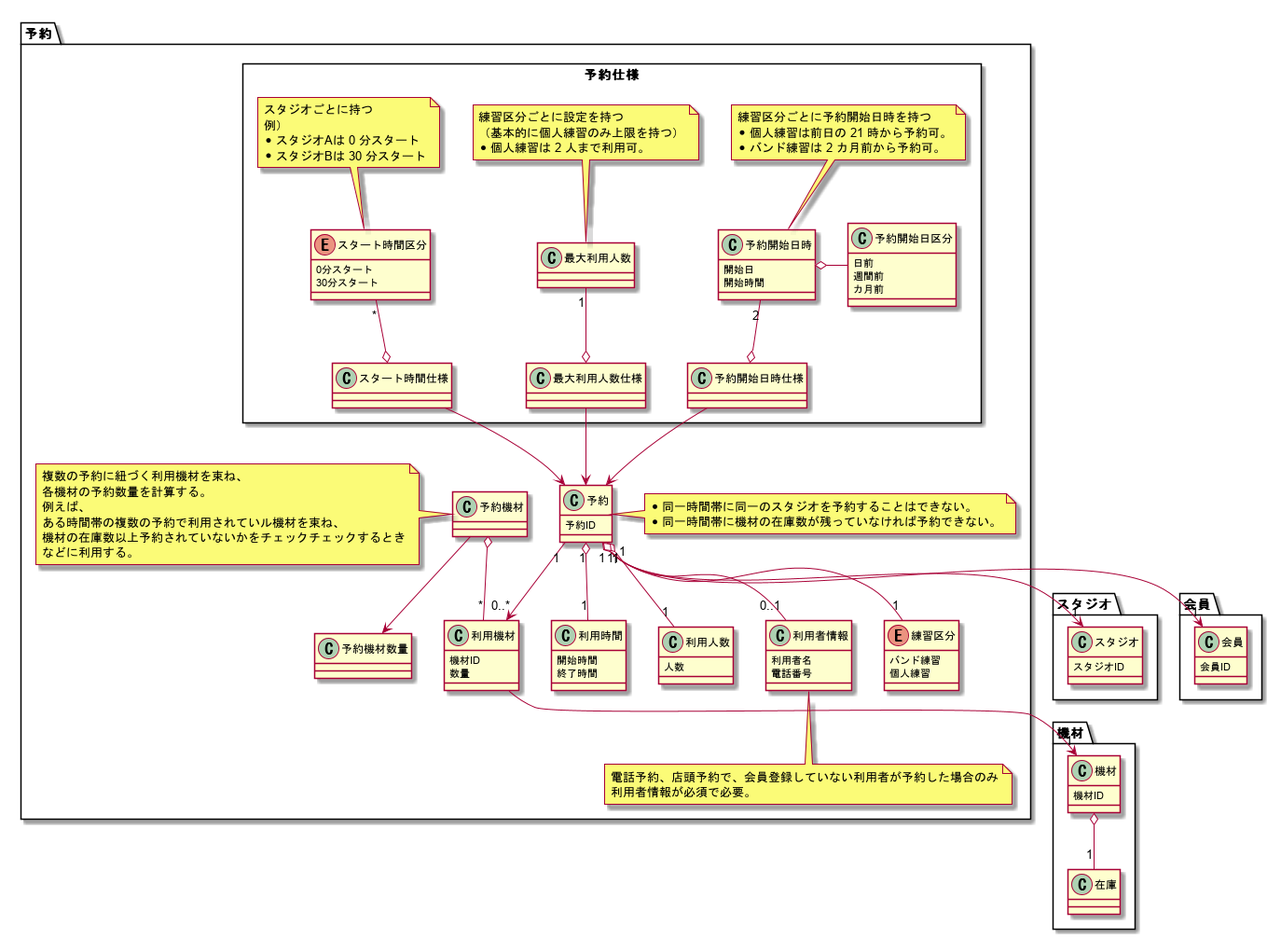
TakashiOnawa/ddd-practice-studio-reservation keeps this PlantUML diagram as modeling/07_DomainModel_予約/DomainModel.png. Above is the earlier version.
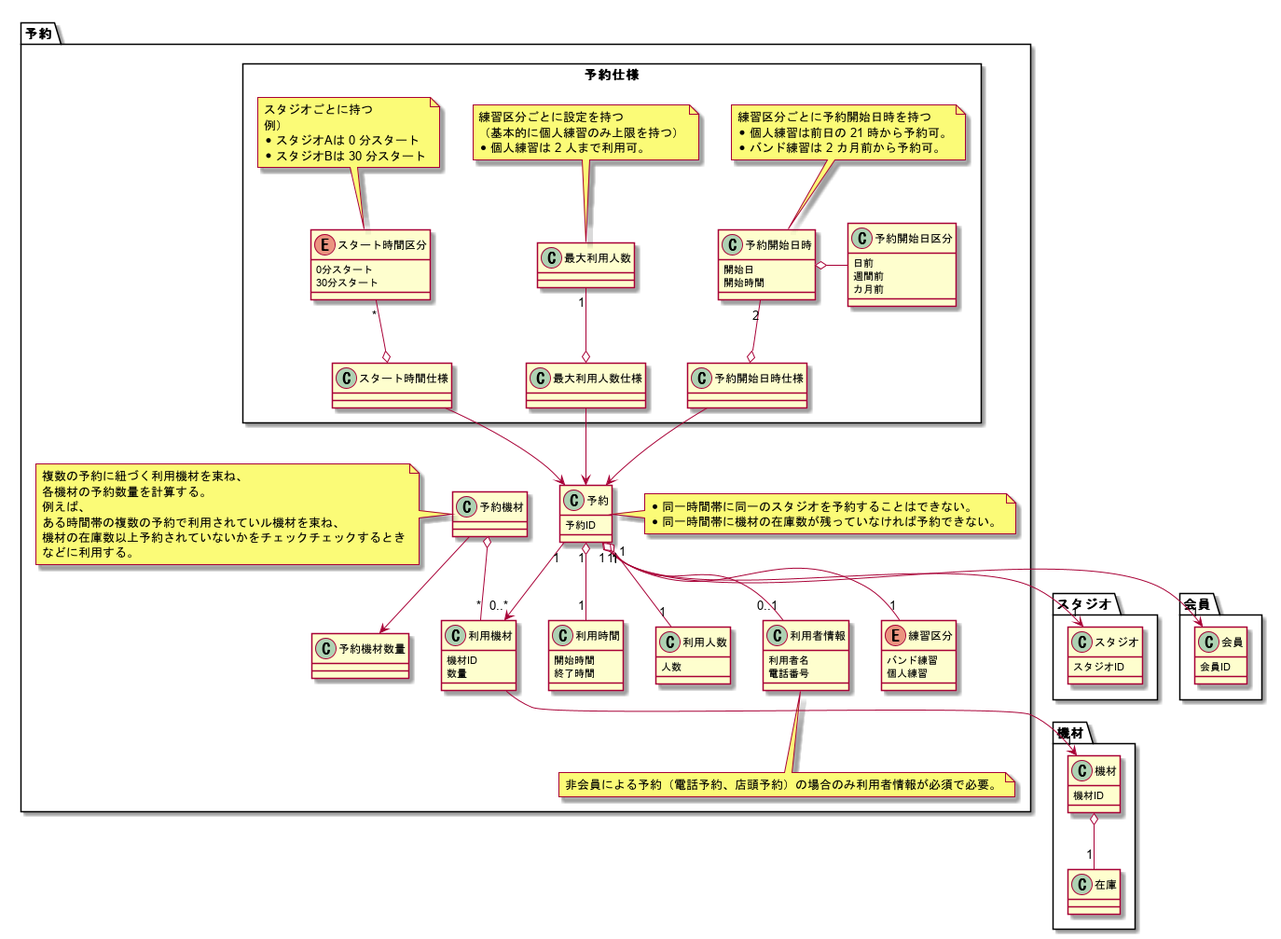
The same file after the commit.

The edit, as a diff of the source:
```diff
@@ -67,8 +67,7 @@
     end note
 
     note bottom of 利用者情報
-    電話予約、店頭予約で、会員登録していない利用者が予約した場合のみ
-    利用者情報が必須で必要。
+    非会員による予約（電話予約、店頭予約）の場合のみ利用者情報が必須で必要。
     end note
 
     class 予約機材 {
```
